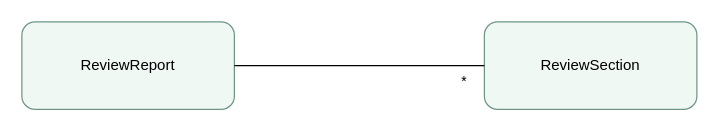
This is docs/conceptual-model.drawio from ManuelSelch/pi-verify, a draw.io file, before an edit. Source tidied: cells renumbered, new cells numbered last; positions are measured from the earlier drawing's top-left corner, leaving out a move shared by most shapes. Both pictures are drawn from the tidied source at 125%, with x=0, y=0 at pixel (21, 21).
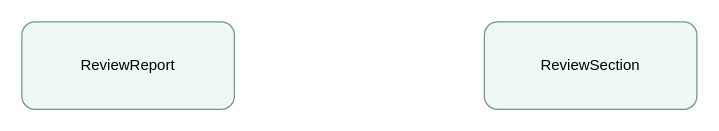
The same diagram, later.

The edit, as a diff of the source:
```diff
@@
 <mxGraphModel>
   <root>
     <mxCell id="0" />
     <mxCell id="1" parent="0" />
     <mxCell id="2" value="ReviewReport" style="rounded=1;whiteSpace=wrap;html=1;fillColor=#f0f8f4;strokeColor=#709687;" parent="1" vertex="1">
       <mxGeometry width="170" height="70" as="geometry" />
     </mxCell>
     <mxCell id="3" value="ReviewSection" style="rounded=1;whiteSpace=wrap;html=1;fillColor=#f0f8f4;strokeColor=#709687;" parent="1" vertex="1">
       <mxGeometry x="370" width="170" height="70" as="geometry" />
     </mxCell>
-    <mxCell id="4" style="endArrow=none;html=1;" parent="1" edge="1" source="2" target="3">
-      <mxGeometry relative="1" as="geometry" />
-    </mxCell>
-    <mxCell id="5" value="*" style="edgeLabel;html=1;" parent="4" vertex="1">
-      <mxGeometry x="0.8" relative="1" as="geometry" />
-    </mxCell>
   </root>
 </mxGraphModel>
```
